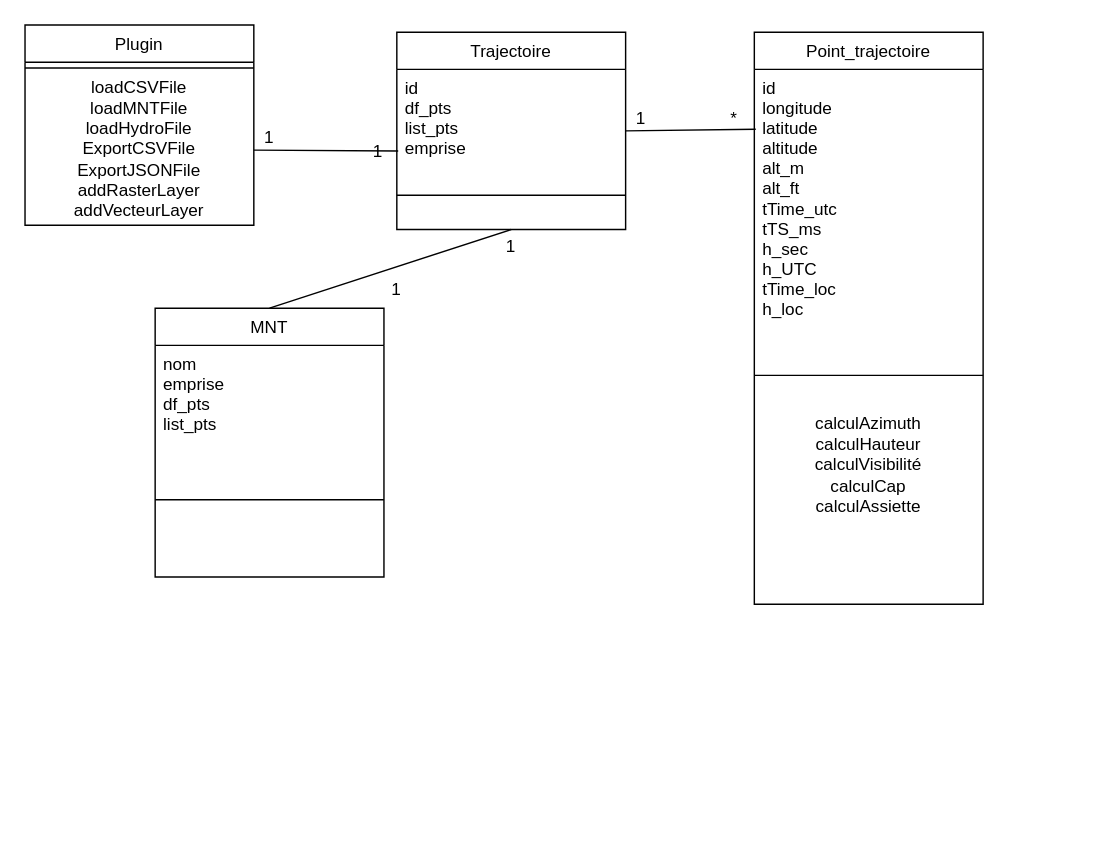
Above: Diagramme2classes.drawio in PaulCllch/BEA (draw.io), before the change. Source tidied: cells renumbered, new cells numbered last; positions are measured from the earlier drawing's top-left corner, leaving out a move shared by most shapes. Both pictures are drawn from the tidied source at 143%, with x=0, y=0 at pixel (24, 24).
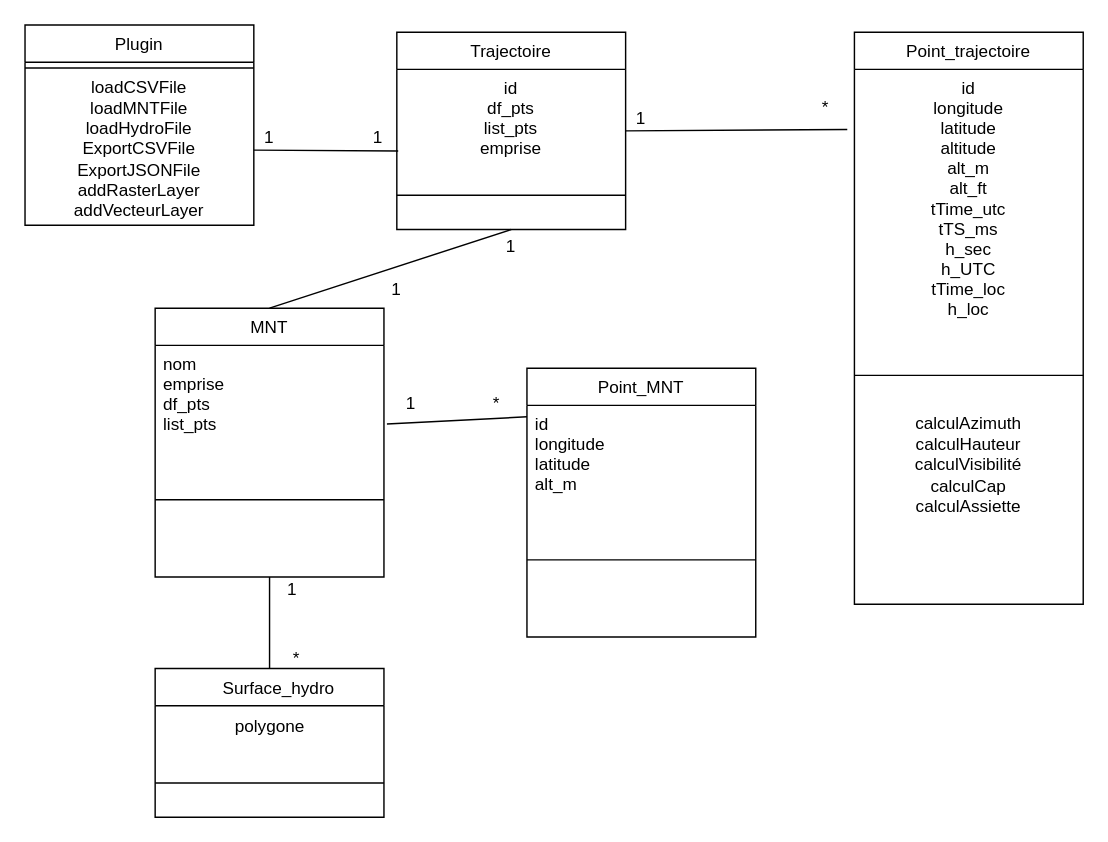
After the change.

Commit message:
Mettre à jour Diagramme2classes.drawio

Unchanged cells that the change refers to:
```xml
<mxCell id="2" value="Trajectoire" style="swimlane;fontStyle=0;align=center;verticalAlign=top;horizontal=1;startSize=26;rounded=0;shadow=0;strokeWidth=1;" parent="1" vertex="1">
  <mxGeometry x="260" y="5" width="160" height="138" as="geometry" />
</mxCell>
<mxCell id="5" value="MNT" style="swimlane;fontStyle=0;align=center;verticalAlign=top;horizontal=1;startSize=26;rounded=0;shadow=0;strokeWidth=1;" parent="1" vertex="1">
  <mxGeometry x="91" y="198" width="160" height="188" as="geometry" />
</mxCell>
<mxCell id="6" value="nom&#10;emprise&#10;df_pts&#10;list_pts&#10;&#10;&#10;" style="text;align=left;verticalAlign=top;spacingLeft=4;spacingRight=4;overflow=hidden;points=[[0,0.5],[1,0.5]];portConstraint=eastwest;" parent="5" vertex="1">
  <mxGeometry y="26" width="160" height="84" as="geometry" />
</mxCell>
```

What changed in the source:
```diff
@@
-    <mxCell id="3" value="id&#10;df_pts&#10;list_pts&#10;emprise" style="text;align=left;verticalAlign=top;spacingLeft=4;spacingRight=4;overflow=hidden;points=[[0,0.5],[1,0.5]];portConstraint=eastwest;" parent="2" vertex="1">
+    <mxCell id="3" value="id&#10;df_pts&#10;list_pts&#10;emprise" style="text;align=center;verticalAlign=top;spacingLeft=4;spacingRight=4;overflow=hidden;points=[[0,0.5],[1,0.5]];portConstraint=eastwest;" parent="2" vertex="1">
       <mxGeometry y="26" width="160" height="84" as="geometry" />
     </mxCell>
@@
     <mxCell id="8" value="Point_trajectoire" style="swimlane;fontStyle=0;align=center;verticalAlign=top;horizontal=1;startSize=26;rounded=0;shadow=0;strokeWidth=1;" parent="1" vertex="1">
-      <mxGeometry x="510" y="5" width="160" height="400" as="geometry" />
+      <mxGeometry x="580" y="5" width="160" height="400" as="geometry" />
     </mxCell>
-    <mxCell id="9" value="id&#10;longitude&#10;latitude&#10;altitude&#10;alt_m&#10;alt_ft&#10;tTime_utc&#10;tTS_ms&#10;h_sec&#10;h_UTC&#10;tTime_loc&#10;h_loc" style="text;align=left;verticalAlign=top;spacingLeft=4;spacingRight=4;overflow=hidden;" parent="8" vertex="1">
+    <mxCell id="9" value="id&#10;longitude&#10;latitude&#10;altitude&#10;alt_m&#10;alt_ft&#10;tTime_utc&#10;tTS_ms&#10;h_sec&#10;h_UTC&#10;tTime_loc&#10;h_loc" style="text;align=center;verticalAlign=top;spacingLeft=4;spacingRight=4;overflow=hidden;" parent="8" vertex="1">
       <mxGeometry y="26" width="160" height="194" as="geometry" />
     </mxCell>
@@
-    <mxCell id="18" style="endArrow=none;html=1;rounded=0;entryX=0.006;entryY=0.157;entryDx=0;entryDy=0;entryPerimeter=0;" parent="1" edge="1">
+    <mxCell id="18" style="endArrow=none;html=1;rounded=0;entryX=0.75;entryY=1;entryDx=0;entryDy=0;" parent="1" edge="1" target="20">
       <mxGeometry relative="1" as="geometry">
         <mxPoint x="420" y="74" as="sourcePoint" />
-        <mxPoint x="511" y="72.9" as="targetPoint" />
       </mxGeometry>
     </mxCell>
@@
     <mxCell id="20" value="*" style="text;html=1;align=center;verticalAlign=middle;whiteSpace=wrap;rounded=0;" parent="1" vertex="1">
-      <mxGeometry x="466" y="51" width="60" height="30" as="geometry" />
+      <mxGeometry x="530" y="43" width="60" height="30" as="geometry" />
     </mxCell>
     <mxCell id="21" value="1" style="text;html=1;align=center;verticalAlign=middle;whiteSpace=wrap;rounded=0;" parent="1" vertex="1">
-      <mxGeometry x="217" y="74" width="60" height="30" as="geometry" />
+      <mxGeometry x="217" y="64" width="60" height="30" as="geometry" />
     </mxCell>
@@
+    <mxCell id="24" value="Point_MNT" style="swimlane;fontStyle=0;align=center;verticalAlign=top;horizontal=1;startSize=26;rounded=0;shadow=0;strokeWidth=1;" parent="1" vertex="1">
+      <mxGeometry x="351" y="240" width="160" height="188" as="geometry" />
+    </mxCell>
+    <mxCell id="25" value="id&#10;longitude&#10;latitude&#10;alt_m&#10;" style="text;align=left;verticalAlign=top;spacingLeft=4;spacingRight=4;overflow=hidden;points=[[0,0.5],[1,0.5]];portConstraint=eastwest;" parent="24" vertex="1">
+      <mxGeometry y="26" width="160" height="84" as="geometry" />
+    </mxCell>
+    <mxCell id="26" style="line;html=1;strokeWidth=1;align=left;verticalAlign=middle;spacingTop=-1;spacingLeft=3;spacingRight=3;labelPosition=right;" parent="24" vertex="1">
+      <mxGeometry y="110" width="160" height="48" as="geometry" />
+    </mxCell>
+    <mxCell id="27" style="endArrow=none;html=1;rounded=0;exitX=1.013;exitY=0.655;exitDx=0;exitDy=0;exitPerimeter=0;entryX=0;entryY=0.095;entryDx=0;entryDy=0;entryPerimeter=0;" parent="1" edge="1" source="6" target="25">
+      <mxGeometry relative="1" as="geometry" />
+    </mxCell>
+    <mxCell id="28" value="1" style="text;html=1;align=center;verticalAlign=middle;whiteSpace=wrap;rounded=0;" parent="1" vertex="1">
+      <mxGeometry x="240" y="250" width="60" height="30" as="geometry" />
+    </mxCell>
+    <mxCell id="29" value="*" style="text;html=1;align=center;verticalAlign=middle;whiteSpace=wrap;rounded=0;" parent="1" vertex="1">
+      <mxGeometry x="300" y="250" width="60" height="30" as="geometry" />
+    </mxCell>
+    <mxCell id="30" value="    Surface_hydro" style="swimlane;fontStyle=0;align=center;verticalAlign=top;horizontal=1;startSize=26;rounded=0;shadow=0;strokeWidth=1;" parent="1" vertex="1">
+      <mxGeometry x="91" y="450" width="160" height="104" as="geometry" />
+    </mxCell>
+    <mxCell id="31" value="polygone" style="text;html=1;align=center;verticalAlign=middle;strokeColor=none;fillColor=none;" parent="30" vertex="1">
+      <mxGeometry y="26" width="160" height="30" as="geometry" />
+    </mxCell>
+    <mxCell id="32" style="line;html=1;strokeWidth=1;align=left;verticalAlign=middle;spacingTop=-1;spacingLeft=3;spacingRight=3;labelPosition=right;" parent="30" vertex="1">
+      <mxGeometry y="56" width="160" height="48" as="geometry" />
+    </mxCell>
+    <mxCell id="33" style="endArrow=none;html=1;rounded=0;exitX=0.5;exitY=0;exitDx=0;exitDy=0;entryX=0.5;entryY=1;entryDx=0;entryDy=0;" parent="1" edge="1" source="30" target="5">
+      <mxGeometry relative="1" as="geometry" />
+    </mxCell>
+    <mxCell id="34" value="1" style="text;html=1;align=center;verticalAlign=middle;whiteSpace=wrap;rounded=0;" parent="1" vertex="1">
+      <mxGeometry x="157" y="380" width="60" height="30" as="geometry" />
+    </mxCell>
+    <mxCell id="35" value="*" style="text;html=1;align=center;verticalAlign=middle;whiteSpace=wrap;rounded=0;" parent="1" vertex="1">
+      <mxGeometry x="160" y="428" width="60" height="30" as="geometry" />
+    </mxCell>
```
